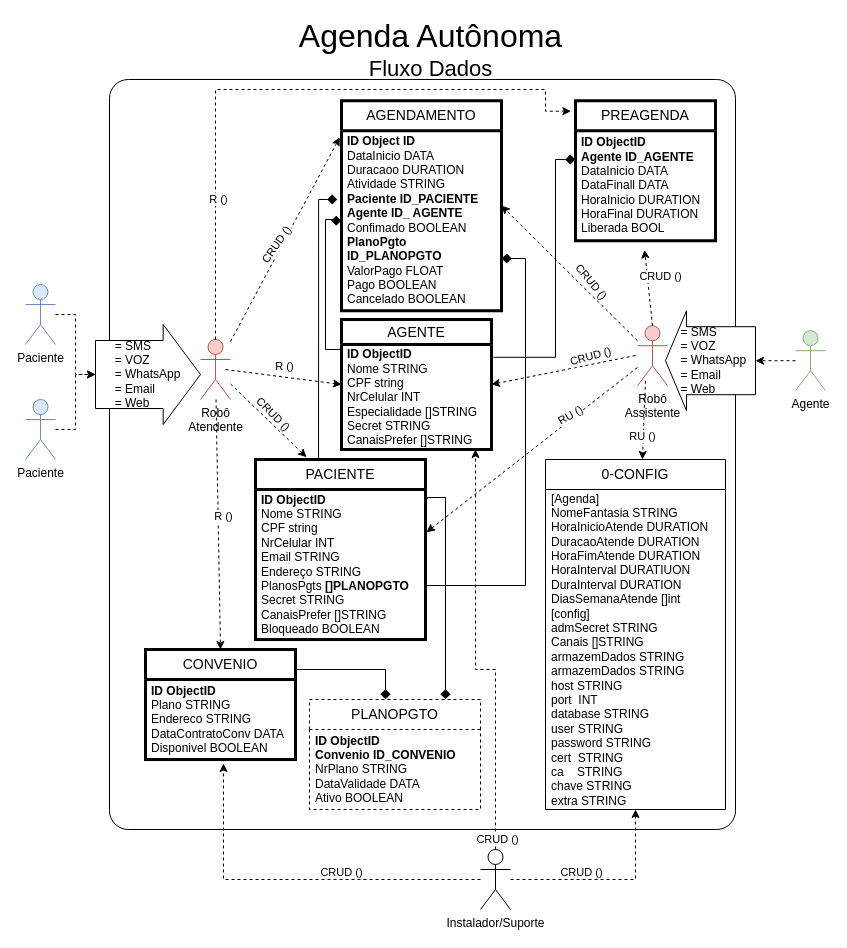
Before: page "Página-1" (1 of 2) of Agenda.drawio in gunboe/Agenda, a draw.io diagram. Source tidied: cells renumbered, new cells numbered last; positions are measured from the earlier drawing's top-left corner, leaving out a move shared by most shapes. Both pictures are drawn from the tidied source at 100%, with x=0, y=0 at pixel (25, 19).
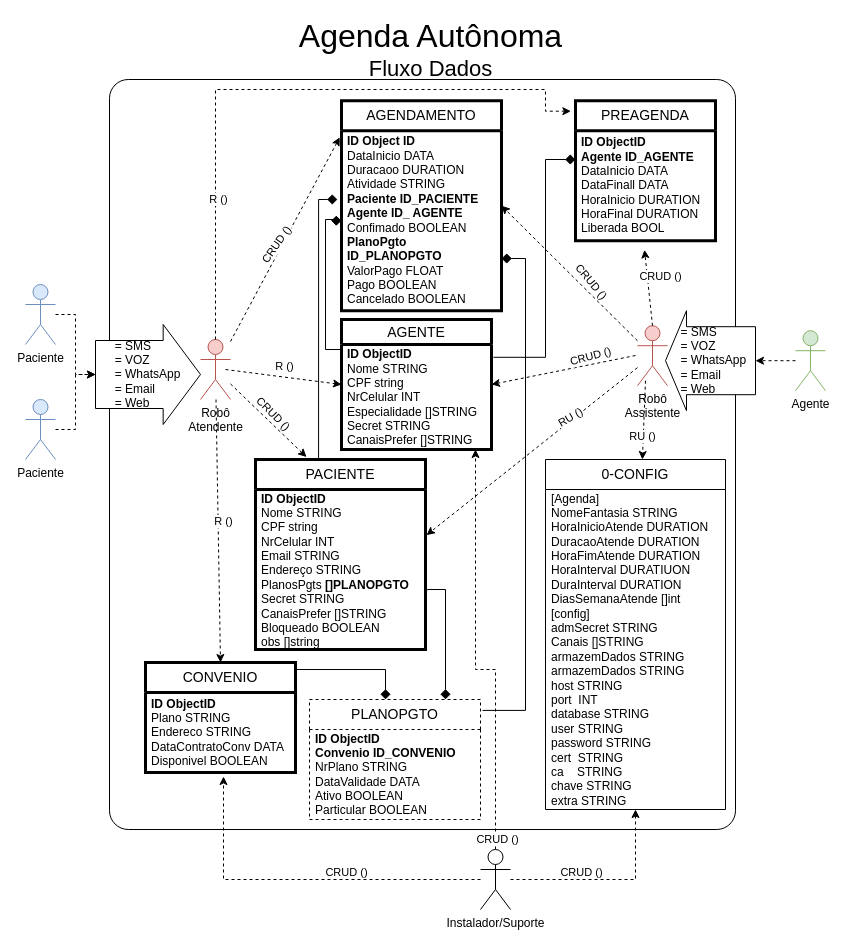
Above is the later version.

The change refers to these unchanged cells:
```xml
<mxCell id="20" value="&lt;b style=&quot;border-color: var(--border-color);&quot;&gt;ID ObjectID&lt;br style=&quot;border-color: var(--border-color);&quot;&gt;&lt;/b&gt;Nome STRING&lt;br&gt;CPF string&lt;br&gt;NrCelular INT&lt;br&gt;Especialidade []STRING&lt;br&gt;Secret STRING&lt;br&gt;CanaisPrefer []STRING" style="text;strokeColor=none;fillColor=none;align=left;verticalAlign=middle;spacingLeft=4;spacingRight=4;overflow=hidden;points=[[0,0.5],[1,0.5]];portConstraint=eastwest;whiteSpace=wrap;html=1;strokeWidth=3;" parent="19" vertex="1">
  <mxGeometry y="25" width="150" height="105" as="geometry" />
</mxCell>
<mxCell id="44" value="&lt;b&gt;ID ObjectID&lt;br&gt;Agente ID_AGENTE&lt;br&gt;&lt;/b&gt;DataInicio DATA&lt;br&gt;DataFinall DATA&lt;br&gt;HoraInicio DURATION&lt;br&gt;HoraFinal DURATION&lt;br&gt;Liberada BOOL" style="text;strokeColor=none;fillColor=none;align=left;verticalAlign=middle;spacingLeft=4;spacingRight=4;overflow=hidden;points=[[0,0.5],[1,0.5]];portConstraint=eastwest;whiteSpace=wrap;html=1;" parent="43" vertex="1">
  <mxGeometry y="30" width="140" height="110" as="geometry" />
</mxCell>
<mxCell id="60" value="&lt;b&gt;ID Object ID&lt;/b&gt;&lt;br&gt;DataInicio DATA&lt;br style=&quot;border-color: var(--border-color); text-align: center;&quot;&gt;&lt;span style=&quot;text-align: center;&quot;&gt;Duracaoo DURATION&lt;/span&gt;&lt;br style=&quot;border-color: var(--border-color); text-align: center;&quot;&gt;&lt;span style=&quot;text-align: center;&quot;&gt;Atividade STRING&lt;/span&gt;&lt;br style=&quot;border-color: var(--border-color); text-align: center;&quot;&gt;&lt;b&gt;Paciente ID_PACIENTE&lt;/b&gt;&lt;br style=&quot;border-color: var(--border-color);&quot;&gt;&lt;span style=&quot;text-align: center;&quot;&gt;&lt;b&gt;Agente ID_ AGENTE&lt;/b&gt;&lt;/span&gt;&lt;br style=&quot;border-color: var(--border-color); text-align: center;&quot;&gt;&lt;span style=&quot;text-align: center;&quot;&gt;Confimado BOOLEAN&lt;/span&gt;&lt;span style=&quot;text-align: center;&quot;&gt;&lt;br&gt;&lt;b&gt;PlanoPgto ID_PLANOPGTO&lt;br&gt;&lt;/b&gt;ValorPago FLOAT&lt;br&gt;Pago BOOLEAN&lt;br&gt;Cancelado BOOLEAN&lt;br&gt;&lt;/span&gt;" style="text;strokeColor=none;fillColor=none;align=left;verticalAlign=middle;spacingLeft=4;spacingRight=4;overflow=hidden;points=[[0,0.5],[1,0.5]];portConstraint=eastwest;whiteSpace=wrap;html=1;" parent="59" vertex="1">
  <mxGeometry y="30" width="160" height="180" as="geometry" />
</mxCell>
```

Change to the diagram source:
```diff
@@
     <mxCell id="10" value="&lt;font style=&quot;font-size: 14px;&quot;&gt;PACIENTE&lt;/font&gt;" style="swimlane;fontStyle=0;horizontal=1;startSize=30;whiteSpace=wrap;html=1;strokeWidth=3;" parent="1" vertex="1">
-      <mxGeometry x="230" y="440" width="170" height="180" as="geometry" />
+      <mxGeometry x="230" y="440" width="170" height="190" as="geometry" />
     </mxCell>
-    <mxCell id="11" value="&lt;b style=&quot;border-color: var(--border-color);&quot;&gt;ID ObjectID&lt;br style=&quot;border-color: var(--border-color);&quot;&gt;&lt;/b&gt;Nome STRING&lt;br&gt;CPF string&lt;br&gt;NrCelular INT&lt;br&gt;Email STRING&lt;br&gt;Endereço STRING&lt;br&gt;PlanosPgts&amp;nbsp;&lt;b&gt;[]PLANOPGTO&lt;/b&gt;&lt;br&gt;Secret STRING&lt;br&gt;CanaisPrefer []STRING&lt;br&gt;Bloqueado BOOLEAN" style="text;strokeColor=none;fillColor=none;align=left;verticalAlign=middle;spacingLeft=4;spacingRight=4;overflow=hidden;points=[[0,0.5],[1,0.5]];portConstraint=eastwest;whiteSpace=wrap;html=1;" parent="10" vertex="1">
-      <mxGeometry y="30" width="170" height="150" as="geometry" />
+    <mxCell id="11" value="&lt;b style=&quot;border-color: var(--border-color);&quot;&gt;ID ObjectID&lt;br style=&quot;border-color: var(--border-color);&quot;&gt;&lt;/b&gt;Nome STRING&lt;br&gt;CPF string&lt;br&gt;NrCelular INT&lt;br&gt;Email STRING&lt;br&gt;Endereço STRING&lt;br&gt;PlanosPgts&amp;nbsp;&lt;b&gt;[]PLANOPGTO&lt;/b&gt;&lt;br&gt;Secret STRING&lt;br&gt;CanaisPrefer []STRING&lt;br&gt;Bloqueado BOOLEAN&lt;br&gt;obs []string" style="text;strokeColor=none;fillColor=none;align=left;verticalAlign=middle;spacingLeft=4;spacingRight=4;overflow=hidden;points=[[0,0.5],[1,0.5]];portConstraint=eastwest;whiteSpace=wrap;html=1;" parent="10" vertex="1">
+      <mxGeometry y="30" width="170" height="160" as="geometry" />
     </mxCell>
@@
     <mxCell id="34" value="&lt;font style=&quot;font-size: 14px;&quot;&gt;PLANOPGTO&lt;/font&gt;" style="swimlane;fontStyle=0;horizontal=1;startSize=30;whiteSpace=wrap;html=1;dashed=1;" parent="1" vertex="1">
-      <mxGeometry x="284" y="680" width="171" height="110" as="geometry" />
+      <mxGeometry x="284" y="680" width="171" height="120" as="geometry" />
     </mxCell>
-    <mxCell id="35" value="&lt;b style=&quot;border-color: var(--border-color);&quot;&gt;ID ObjectID&lt;br style=&quot;border-color: var(--border-color);&quot;&gt;&lt;/b&gt;&lt;b&gt;Convenio ID_CONVENIO&lt;br&gt;&lt;/b&gt;NrPlano STRING&lt;br&gt;DataValidade DATA&lt;br&gt;Ativo BOOLEAN" style="text;strokeColor=none;fillColor=none;align=left;verticalAlign=middle;spacingLeft=4;spacingRight=4;overflow=hidden;whiteSpace=wrap;html=1;" parent="34" vertex="1">
-      <mxGeometry y="30" width="171" height="80" as="geometry" />
+    <mxCell id="35" value="&lt;b style=&quot;border-color: var(--border-color);&quot;&gt;ID ObjectID&lt;br style=&quot;border-color: var(--border-color);&quot;&gt;&lt;/b&gt;&lt;b&gt;Convenio ID_CONVENIO&lt;br&gt;&lt;/b&gt;NrPlano STRING&lt;br&gt;DataValidade DATA&lt;br&gt;Ativo BOOLEAN&lt;br&gt;Particular BOOLEAN" style="text;strokeColor=none;fillColor=none;align=left;verticalAlign=middle;spacingLeft=4;spacingRight=4;overflow=hidden;whiteSpace=wrap;html=1;" parent="34" vertex="1">
+      <mxGeometry y="30" width="171" height="90" as="geometry" />
     </mxCell>
@@
     <mxCell id="53" value="&lt;font style=&quot;font-size: 14px;&quot;&gt;CONVENIO&lt;/font&gt;" style="swimlane;fontStyle=0;horizontal=1;startSize=30;whiteSpace=wrap;html=1;strokeWidth=3;" parent="1" vertex="1">
-      <mxGeometry x="120" y="630" width="150" height="110" as="geometry" />
+      <mxGeometry x="120" y="643" width="150" height="110" as="geometry" />
     </mxCell>
@@
-    <mxCell id="55" style="edgeStyle=orthogonalEdgeStyle;rounded=0;jettySize=auto;html=1;exitX=1.012;exitY=0.062;exitDx=0;exitDy=0;exitPerimeter=0;endArrow=diamond;endFill=1;endSize=8;startArrow=none;startFill=0;startSize=8;" parent="1" edge="1" source="11" target="34">
+    <mxCell id="55" style="edgeStyle=orthogonalEdgeStyle;rounded=0;jettySize=auto;html=1;exitX=1.006;exitY=0.633;exitDx=0;exitDy=0;exitPerimeter=0;endArrow=diamond;endFill=1;endSize=8;startArrow=none;startFill=0;startSize=8;" parent="1" edge="1" source="11" target="34">
       <mxGeometry relative="1" as="geometry">
         <Array as="points">
-          <mxPoint x="420" y="478" />
+          <mxPoint x="402" y="570" />
+          <mxPoint x="420" y="570" />
         </Array>
       </mxGeometry>
     </mxCell>
@@
     <mxCell id="57" style="edgeStyle=orthogonalEdgeStyle;rounded=0;jettySize=auto;html=1;entryX=1.013;entryY=0.122;entryDx=0;entryDy=0;entryPerimeter=0;endArrow=none;endFill=0;strokeWidth=1;endSize=8;startArrow=diamond;startFill=1;targetPerimeterSpacing=0;sourcePerimeterSpacing=0;startSize=8;exitX=0;exitY=0.262;exitDx=0;exitDy=0;exitPerimeter=0;" parent="1" edge="1" source="44" target="20">
       <mxGeometry relative="1" as="geometry">
         <Array as="points">
-          <mxPoint x="530" y="140" />
-          <mxPoint x="530" y="338" />
+          <mxPoint x="520" y="140" />
+          <mxPoint x="520" y="338" />
         </Array>
       </mxGeometry>
     </mxCell>
-    <mxCell id="58" style="edgeStyle=orthogonalEdgeStyle;rounded=0;jettySize=auto;html=1;endSize=8;startSize=8;endArrow=diamond;endFill=1;exitX=1.006;exitY=0.64;exitDx=0;exitDy=0;exitPerimeter=0;" parent="1" edge="1" source="11" target="60">
+    <mxCell id="58" style="edgeStyle=orthogonalEdgeStyle;rounded=0;jettySize=auto;html=1;endSize=8;startSize=8;endArrow=diamond;endFill=1;exitX=1.012;exitY=0.091;exitDx=0;exitDy=0;exitPerimeter=0;" parent="1" edge="1" source="34" target="60">
       <mxGeometry relative="1" as="geometry">
         <Array as="points">
-          <mxPoint x="500" y="566" />
+          <mxPoint x="500" y="690" />
           <mxPoint x="500" y="239" />
         </Array>
       </mxGeometry>
     </mxCell>
```
